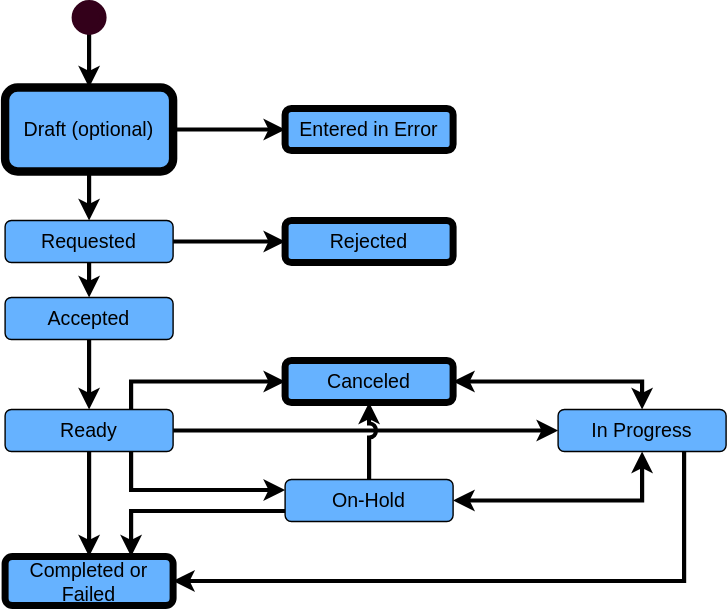
This is input/images/ReferralTaskStateDiagram.svg from HL7/fhir-sdoh-clinicalcare, a draw.io export, as it was before one commit. Source tidied: cells renumbered, new cells last; positions are measured from the earlier drawing's top-left corner, leaving out a move shared by most shapes.
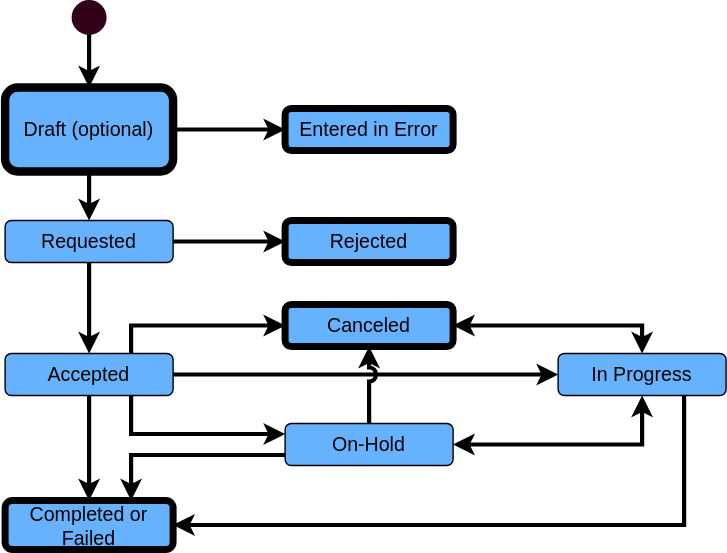
Above is the later version.

The edit, as a diff of the source:
```diff
@@ -3,51 +3,43 @@
     <mxCell id="0" />
     <mxCell id="1" parent="0" />
     <mxCell id="2" value="&lt;font style=&quot;font-size: 14px;&quot;&gt;Entered in Error&lt;/font&gt;" style="rounded=1;whiteSpace=wrap;html=1;fillColor=#66B2FF;strokeWidth=5;" parent="1" vertex="1">
-      <mxGeometry x="200" y="75" width="120" height="30" as="geometry" />
+      <mxGeometry x="200" y="85" width="120" height="30" as="geometry" />
     </mxCell>
-    <mxCell id="3" style="edgeStyle=orthogonalEdgeStyle;rounded=0;jettySize=auto;html=1;exitX=0.5;exitY=1;exitDx=0;exitDy=0;entryX=0.5;entryY=0;entryDx=0;entryDy=0;fontSize=14;strokeWidth=3;" parent="1" edge="1" source="4">
-      <mxGeometry relative="1" as="geometry">
-        <mxPoint x="60" y="210" as="targetPoint" />
-      </mxGeometry>
-    </mxCell>
+    <mxCell id="28" style="edgeStyle=orthogonalEdgeStyle;rounded=0;jettySize=auto;html=1;exitX=0.5;exitY=1;exitDx=0;exitDy=0;entryX=0.5;entryY=0;entryDx=0;entryDy=0;fontSize=14;strokeWidth=3;" parent="1" edge="1" source="4" target="7">
+      <mxGeometry relative="1" as="geometry" />
+    </mxCell>
     <mxCell id="4" value="&lt;font style=&quot;font-size: 14px;&quot;&gt;Requested&lt;/font&gt;" style="rounded=1;whiteSpace=wrap;html=1;fillColor=#66B2FF;" parent="1" vertex="1">
-      <mxGeometry y="155" width="120" height="30" as="geometry" />
+      <mxGeometry y="165" width="120" height="30" as="geometry" />
     </mxCell>
     <mxCell id="5" style="edgeStyle=orthogonalEdgeStyle;rounded=0;jettySize=auto;html=1;exitX=1;exitY=0.5;exitDx=0;exitDy=0;entryX=0;entryY=0.5;entryDx=0;entryDy=0;fontSize=14;strokeWidth=3;" parent="1" edge="1" source="4" target="24">
       <mxGeometry relative="1" as="geometry" />
     </mxCell>
-    <mxCell id="6" style="edgeStyle=orthogonalEdgeStyle;rounded=0;jettySize=auto;html=1;exitX=0.5;exitY=1;exitDx=0;exitDy=0;entryX=0.5;entryY=0;entryDx=0;entryDy=0;fontSize=14;strokeWidth=3;" parent="1" edge="1" source="7" target="14">
-      <mxGeometry relative="1" as="geometry" />
-    </mxCell>
-    <mxCell id="7" value="&lt;span style=&quot;font-size: 14px;&quot;&gt;Accepted&lt;/span&gt;" style="rounded=1;whiteSpace=wrap;html=1;fillColor=#66B2FF;" parent="1" vertex="1">
-      <mxGeometry y="210" width="120" height="30" as="geometry" />
-    </mxCell>
     <mxCell id="8" style="edgeStyle=orthogonalEdgeStyle;rounded=0;jumpStyle=arc;jumpSize=6;jettySize=auto;html=1;exitX=1;exitY=0.5;exitDx=0;exitDy=0;fontSize=14;startArrow=classic;startFill=1;entryX=0.5;entryY=0;entryDx=0;entryDy=0;strokeWidth=3;" parent="1" edge="1" source="9" target="16">
       <mxGeometry relative="1" as="geometry" />
     </mxCell>
     <mxCell id="9" value="&lt;font style=&quot;font-size: 14px;&quot;&gt;Canceled&lt;/font&gt;" style="rounded=1;whiteSpace=wrap;html=1;fillColor=#66B2FF;strokeWidth=5;" parent="1" vertex="1">
-      <mxGeometry x="200" y="255" width="120" height="30" as="geometry" />
+      <mxGeometry x="200" y="225" width="120" height="30" as="geometry" />
     </mxCell>
-    <mxCell id="10" style="edgeStyle=orthogonalEdgeStyle;rounded=0;jettySize=auto;html=1;exitX=0.5;exitY=1;exitDx=0;exitDy=0;entryX=0.5;entryY=0;entryDx=0;entryDy=0;fontSize=14;strokeWidth=3;" parent="1" edge="1" source="14" target="25">
-      <mxGeometry relative="1" as="geometry" />
-    </mxCell>
-    <mxCell id="11" style="edgeStyle=orthogonalEdgeStyle;rounded=0;jumpStyle=arc;jumpSize=6;jettySize=auto;html=1;exitX=0.75;exitY=0;exitDx=0;exitDy=0;fontSize=14;startArrow=none;startFill=0;entryX=0;entryY=0.5;entryDx=0;entryDy=0;strokeWidth=3;" parent="1" edge="1" source="14" target="9">
-      <mxGeometry relative="1" as="geometry" />
-    </mxCell>
-    <mxCell id="12" style="edgeStyle=orthogonalEdgeStyle;rounded=0;jumpStyle=arc;jumpSize=6;jettySize=auto;html=1;exitX=1;exitY=0.5;exitDx=0;exitDy=0;entryX=0;entryY=0.5;entryDx=0;entryDy=0;fontSize=14;startArrow=none;startFill=0;strokeWidth=3;" parent="1" edge="1" source="14" target="16">
-      <mxGeometry relative="1" as="geometry" />
-    </mxCell>
-    <mxCell id="13" style="edgeStyle=orthogonalEdgeStyle;rounded=0;jumpStyle=arc;jumpSize=6;jettySize=auto;html=1;exitX=0.75;exitY=1;exitDx=0;exitDy=0;fontSize=14;startArrow=none;startFill=0;strokeWidth=3;entryX=0;entryY=0.25;entryDx=0;entryDy=0;" parent="1" edge="1" source="14" target="20">
-      <mxGeometry relative="1" as="geometry" />
-    </mxCell>
-    <mxCell id="14" value="&lt;span style=&quot;font-size: 14px;&quot;&gt;Ready&lt;/span&gt;" style="rounded=1;whiteSpace=wrap;html=1;fillColor=#66B2FF;" parent="1" vertex="1">
-      <mxGeometry y="290" width="120" height="30" as="geometry" />
-    </mxCell>
+    <mxCell id="29" style="edgeStyle=orthogonalEdgeStyle;rounded=0;jettySize=auto;html=1;exitX=0.5;exitY=1;exitDx=0;exitDy=0;entryX=0.5;entryY=0;entryDx=0;entryDy=0;fontSize=14;strokeWidth=3;" parent="1" edge="1" source="7" target="25">
+      <mxGeometry relative="1" as="geometry" />
+    </mxCell>
+    <mxCell id="30" style="edgeStyle=orthogonalEdgeStyle;rounded=0;jumpStyle=arc;jumpSize=6;jettySize=auto;html=1;exitX=0.75;exitY=0;exitDx=0;exitDy=0;fontSize=14;startArrow=none;startFill=0;entryX=0;entryY=0.5;entryDx=0;entryDy=0;strokeWidth=3;" parent="1" edge="1" source="7" target="9">
+      <mxGeometry relative="1" as="geometry" />
+    </mxCell>
+    <mxCell id="31" style="edgeStyle=orthogonalEdgeStyle;rounded=0;jumpStyle=arc;jumpSize=6;jettySize=auto;html=1;exitX=1;exitY=0.5;exitDx=0;exitDy=0;entryX=0;entryY=0.5;entryDx=0;entryDy=0;fontSize=14;startArrow=none;startFill=0;strokeWidth=3;" parent="1" edge="1" source="7" target="16">
+      <mxGeometry relative="1" as="geometry" />
+    </mxCell>
+    <mxCell id="32" style="edgeStyle=orthogonalEdgeStyle;rounded=0;jumpStyle=arc;jumpSize=6;jettySize=auto;html=1;exitX=0.75;exitY=1;exitDx=0;exitDy=0;fontSize=14;startArrow=none;startFill=0;strokeWidth=3;entryX=0;entryY=0.25;entryDx=0;entryDy=0;" parent="1" edge="1" source="7" target="20">
+      <mxGeometry relative="1" as="geometry" />
+    </mxCell>
+    <mxCell id="7" value="&lt;span style=&quot;font-size: 14px;&quot;&gt;Accepted&lt;/span&gt;" style="rounded=1;whiteSpace=wrap;html=1;fillColor=#66B2FF;" parent="1" vertex="1">
+      <mxGeometry y="260" width="120" height="30" as="geometry" />
+    </mxCell>
     <mxCell id="15" style="edgeStyle=orthogonalEdgeStyle;rounded=0;jumpStyle=arc;jumpSize=6;jettySize=auto;html=1;exitX=0.75;exitY=1;exitDx=0;exitDy=0;fontSize=14;startArrow=none;startFill=0;entryX=1;entryY=0.5;entryDx=0;entryDy=0;strokeWidth=3;" parent="1" edge="1" source="16" target="25">
       <mxGeometry relative="1" as="geometry" />
     </mxCell>
     <mxCell id="16" value="&lt;span style=&quot;font-size: 14px;&quot;&gt;In Progress&lt;/span&gt;" style="rounded=1;whiteSpace=wrap;html=1;fillColor=#66B2FF;" parent="1" vertex="1">
-      <mxGeometry x="395" y="290" width="120" height="30" as="geometry" />
+      <mxGeometry x="395" y="260" width="120" height="30" as="geometry" />
     </mxCell>
     <mxCell id="17" style="edgeStyle=orthogonalEdgeStyle;rounded=0;jettySize=auto;html=1;exitX=0.5;exitY=0;exitDx=0;exitDy=0;entryX=0.5;entryY=1;entryDx=0;entryDy=0;fontSize=14;jumpStyle=arc;strokeWidth=3;" parent="1" edge="1" source="20" target="9">
       <mxGeometry relative="1" as="geometry" />
@@ -59,7 +51,7 @@
       <mxGeometry relative="1" as="geometry" />
     </mxCell>
     <mxCell id="20" value="&lt;span style=&quot;font-size: 14px;&quot;&gt;On-Hold&lt;/span&gt;" style="rounded=1;whiteSpace=wrap;html=1;fillColor=#66B2FF;" parent="1" vertex="1">
-      <mxGeometry x="200" y="340" width="120" height="30" as="geometry" />
+      <mxGeometry x="200" y="310" width="120" height="30" as="geometry" />
     </mxCell>
     <mxCell id="21" style="edgeStyle=orthogonalEdgeStyle;rounded=0;jettySize=auto;html=1;exitX=0.5;exitY=1;exitDx=0;exitDy=0;entryX=0.5;entryY=0;entryDx=0;entryDy=0;fontSize=14;strokeWidth=3;" parent="1" edge="1" source="23" target="4">
       <mxGeometry relative="1" as="geometry" />
@@ -68,19 +60,19 @@
       <mxGeometry relative="1" as="geometry" />
     </mxCell>
     <mxCell id="23" value="Draft (optional)" style="rounded=1;whiteSpace=wrap;html=1;fontSize=14;strokeWidth=6;fillColor=#66B2FF;" parent="1" vertex="1">
-      <mxGeometry y="60" width="120" height="60" as="geometry" />
+      <mxGeometry y="70" width="120" height="60" as="geometry" />
     </mxCell>
     <mxCell id="24" value="&lt;span style=&quot;font-size: 14px;&quot;&gt;Rejected&lt;/span&gt;" style="rounded=1;whiteSpace=wrap;html=1;fillColor=#66B2FF;strokeWidth=5;" parent="1" vertex="1">
-      <mxGeometry x="200" y="155" width="120" height="30" as="geometry" />
+      <mxGeometry x="200" y="165" width="120" height="30" as="geometry" />
     </mxCell>
     <mxCell id="25" value="&lt;span style=&quot;font-size: 14px;&quot;&gt;Completed or Failed&lt;/span&gt;" style="rounded=1;whiteSpace=wrap;html=1;fillColor=#66B2FF;strokeWidth=5;" parent="1" vertex="1">
-      <mxGeometry y="395" width="120" height="35" as="geometry" />
+      <mxGeometry y="365" width="120" height="35" as="geometry" />
     </mxCell>
-    <mxCell id="26" style="edgeStyle=orthogonalEdgeStyle;rounded=0;jumpStyle=arc;jumpSize=6;jettySize=auto;html=1;exitX=0.5;exitY=1;exitDx=0;exitDy=0;entryX=0.5;entryY=0;entryDx=0;entryDy=0;fontSize=14;startArrow=none;startFill=0;strokeWidth=3;" parent="1" edge="1" source="27" target="23">
-      <mxGeometry relative="1" as="geometry" />
-    </mxCell>
-    <mxCell id="27" style="ellipse;whiteSpace=wrap;html=1;fontSize=14;strokeColor=#33001A;strokeWidth=5;fillColor=#33001A;" parent="1" vertex="1">
-      <mxGeometry x="50" width="20" height="20" as="geometry" />
-    </mxCell>
+    <mxCell id="33" style="edgeStyle=orthogonalEdgeStyle;rounded=0;jumpStyle=arc;jumpSize=6;jettySize=auto;html=1;exitX=0.5;exitY=1;exitDx=0;exitDy=0;entryX=0.5;entryY=0;entryDx=0;entryDy=0;fontSize=14;startArrow=none;startFill=0;strokeWidth=3;" parent="1" edge="1" source="34" target="23">
+      <mxGeometry relative="1" as="geometry" />
+    </mxCell>
+    <mxCell id="34" style="ellipse;whiteSpace=wrap;html=1;fontSize=14;strokeColor=#33001A;strokeWidth=5;fillColor=#33001A;" parent="1" vertex="1">
+      <mxGeometry x="50" y="10" width="20" height="20" as="geometry" />
+    </mxCell>
   </root>
 </mxGraphModel>
```
